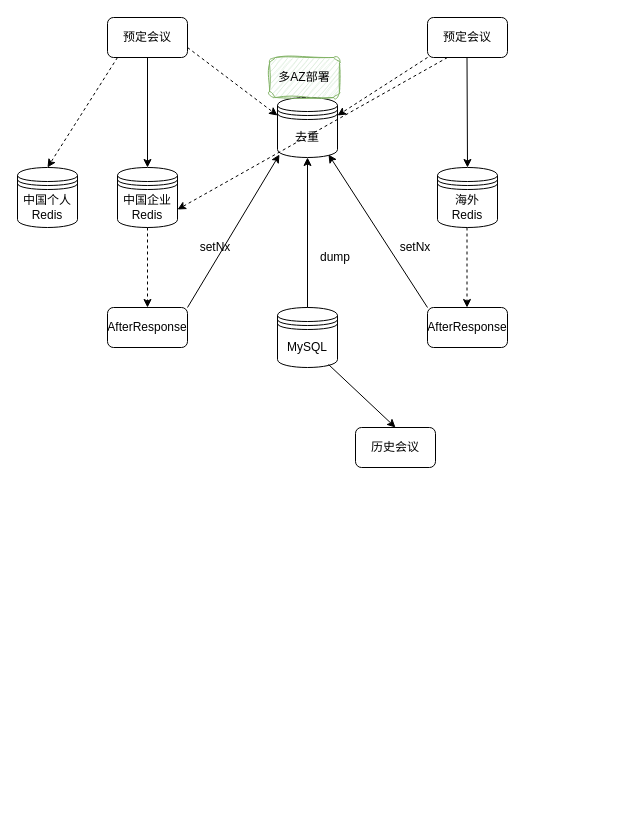
The draw.io diagram base/meetingID去重.drawio in melonshell/draw.io, before the edit. Source tidied: cells renumbered, new cells numbered last; positions are measured from the earlier drawing's top-left corner, leaving out a move shared by most shapes. Both pictures are drawn from the tidied source at 100%, with x=0, y=0 at pixel (17, 17).
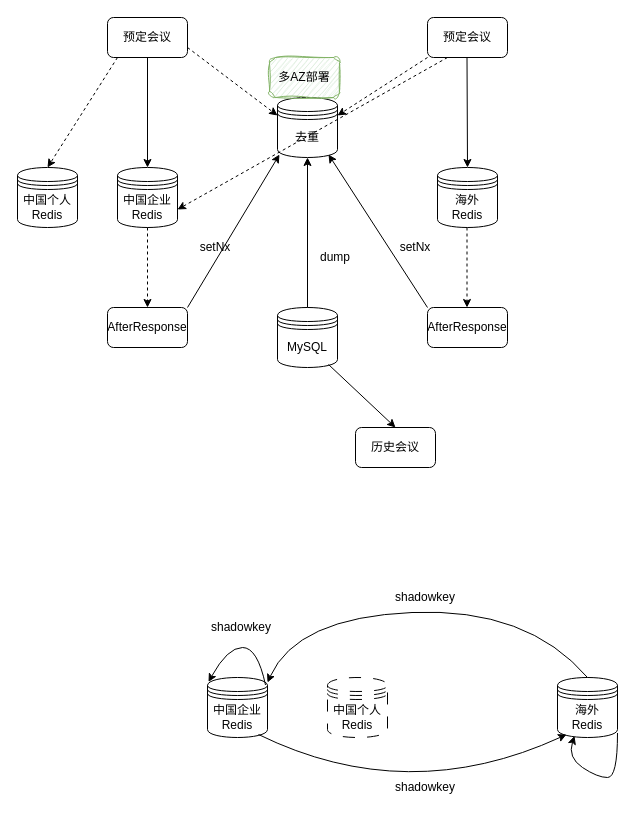
After the change.

The edit, as a diff of the source:
```diff
@@
+    <mxCell id="28" value="中国企业&lt;br&gt;Redis" style="shape=datastore;whiteSpace=wrap;html=1;fillColor=none;" parent="1" vertex="1">
+      <mxGeometry x="190" y="660" width="60" height="60" as="geometry" />
+    </mxCell>
+    <mxCell id="29" value="海外&lt;br&gt;Redis" style="shape=datastore;whiteSpace=wrap;html=1;fillColor=none;" parent="1" vertex="1">
+      <mxGeometry x="540" y="660" width="60" height="60" as="geometry" />
+    </mxCell>
+    <mxCell id="30" value="中国个人&lt;br&gt;Redis" style="shape=datastore;whiteSpace=wrap;html=1;fillColor=none;dashed=1;dashPattern=12 12;" parent="1" vertex="1">
+      <mxGeometry x="310" y="660" width="60" height="60" as="geometry" />
+    </mxCell>
+    <mxCell id="31" style="curved=1;endArrow=classic;html=1;rounded=0;entryX=0.017;entryY=0.075;entryDx=0;entryDy=0;entryPerimeter=0;exitX=0.967;exitY=0.125;exitDx=0;exitDy=0;exitPerimeter=0;" parent="1" edge="1" source="28" target="28">
+      <mxGeometry relative="1" as="geometry">
+        <Array as="points">
+          <mxPoint x="240" y="630" />
+          <mxPoint x="210" y="630" />
+        </Array>
+      </mxGeometry>
+    </mxCell>
+    <mxCell id="32" style="curved=1;endArrow=classic;html=1;rounded=0;entryX=0.017;entryY=0.075;entryDx=0;entryDy=0;entryPerimeter=0;exitX=0.5;exitY=0;exitDx=0;exitDy=0;" parent="1" edge="1" source="29">
+      <mxGeometry relative="1" as="geometry">
+        <mxPoint x="250" y="665" as="targetPoint" />
+        <Array as="points">
+          <mxPoint x="510" y="590" />
+          <mxPoint x="279" y="600" />
+        </Array>
+      </mxGeometry>
+    </mxCell>
+    <mxCell id="33" value="shadowkey" style="rounded=0;whiteSpace=wrap;html=1;fillColor=none;gradientColor=default;strokeColor=none;" parent="1" vertex="1">
+      <mxGeometry x="380" y="570" width="56" height="20" as="geometry" />
+    </mxCell>
+    <mxCell id="34" value="shadowkey" style="rounded=0;whiteSpace=wrap;html=1;fillColor=none;gradientColor=default;strokeColor=none;" parent="1" vertex="1">
+      <mxGeometry x="196" y="600" width="56" height="20" as="geometry" />
+    </mxCell>
+    <mxCell id="35" style="curved=1;endArrow=classic;html=1;rounded=0;entryX=0.15;entryY=0.95;entryDx=0;entryDy=0;exitX=0.85;exitY=0.95;exitDx=0;exitDy=0;exitPerimeter=0;entryPerimeter=0;" parent="1" edge="1" source="28" target="29">
+      <mxGeometry relative="1" as="geometry">
+        <Array as="points">
+          <mxPoint x="390" y="790" />
+        </Array>
+      </mxGeometry>
+    </mxCell>
+    <mxCell id="36" style="curved=1;endArrow=classic;html=1;rounded=0;entryX=0.283;entryY=0.975;entryDx=0;entryDy=0;entryPerimeter=0;exitX=1;exitY=0.925;exitDx=0;exitDy=0;exitPerimeter=0;" parent="1" edge="1" source="29" target="29">
+      <mxGeometry relative="1" as="geometry">
+        <Array as="points">
+          <mxPoint x="600" y="760" />
+          <mxPoint x="580" y="760" />
+          <mxPoint x="550" y="740" />
+        </Array>
+      </mxGeometry>
+    </mxCell>
+    <mxCell id="37" value="shadowkey" style="rounded=0;whiteSpace=wrap;html=1;fillColor=none;gradientColor=default;strokeColor=none;" parent="1" vertex="1">
+      <mxGeometry x="380" y="760" width="56" height="20" as="geometry" />
+    </mxCell>
```
